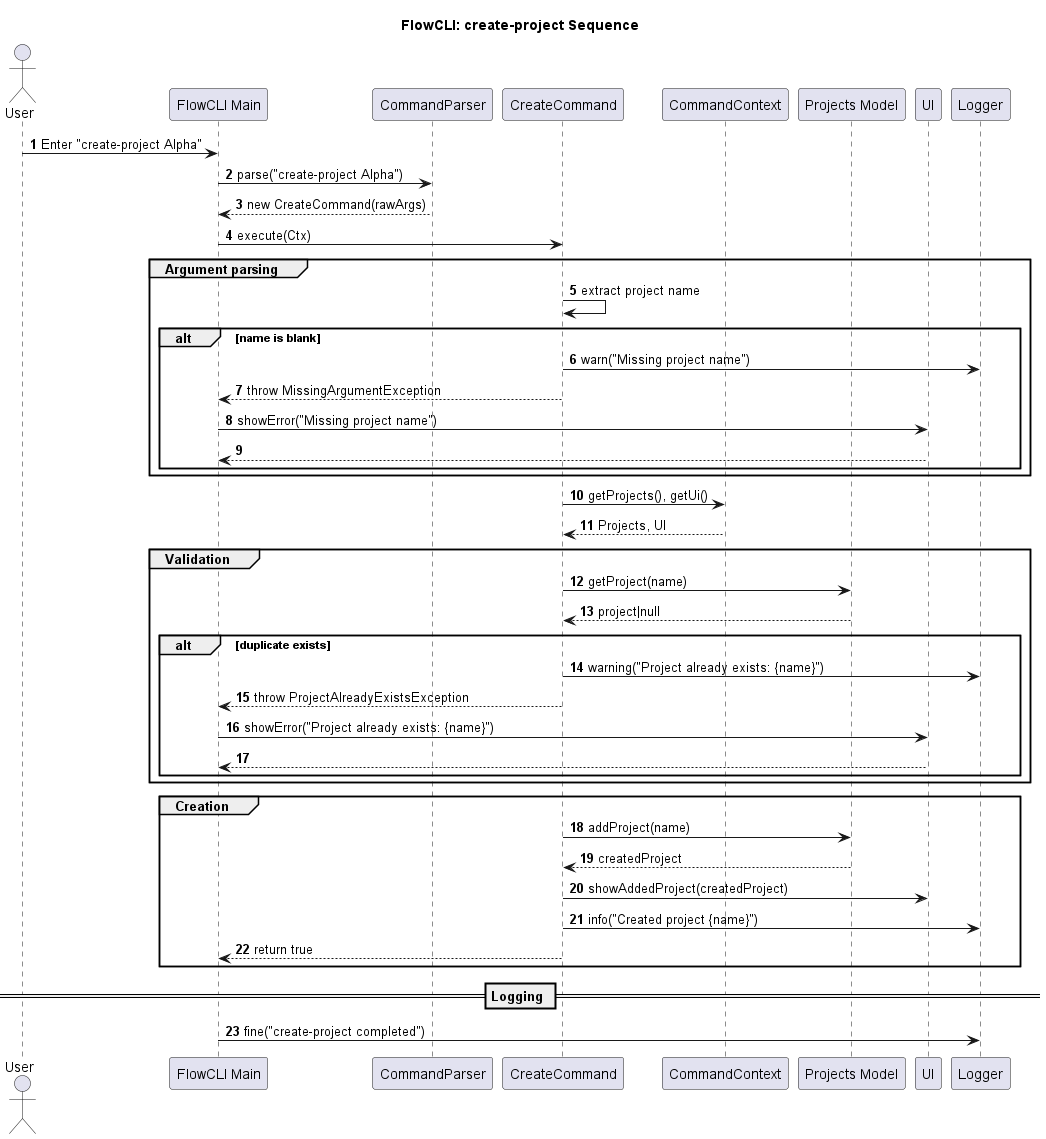
This is docs/plantUML/project-management/CreateCommandDiagram.png from sean6369/tp, a PlantUML export, as it was before one commit.
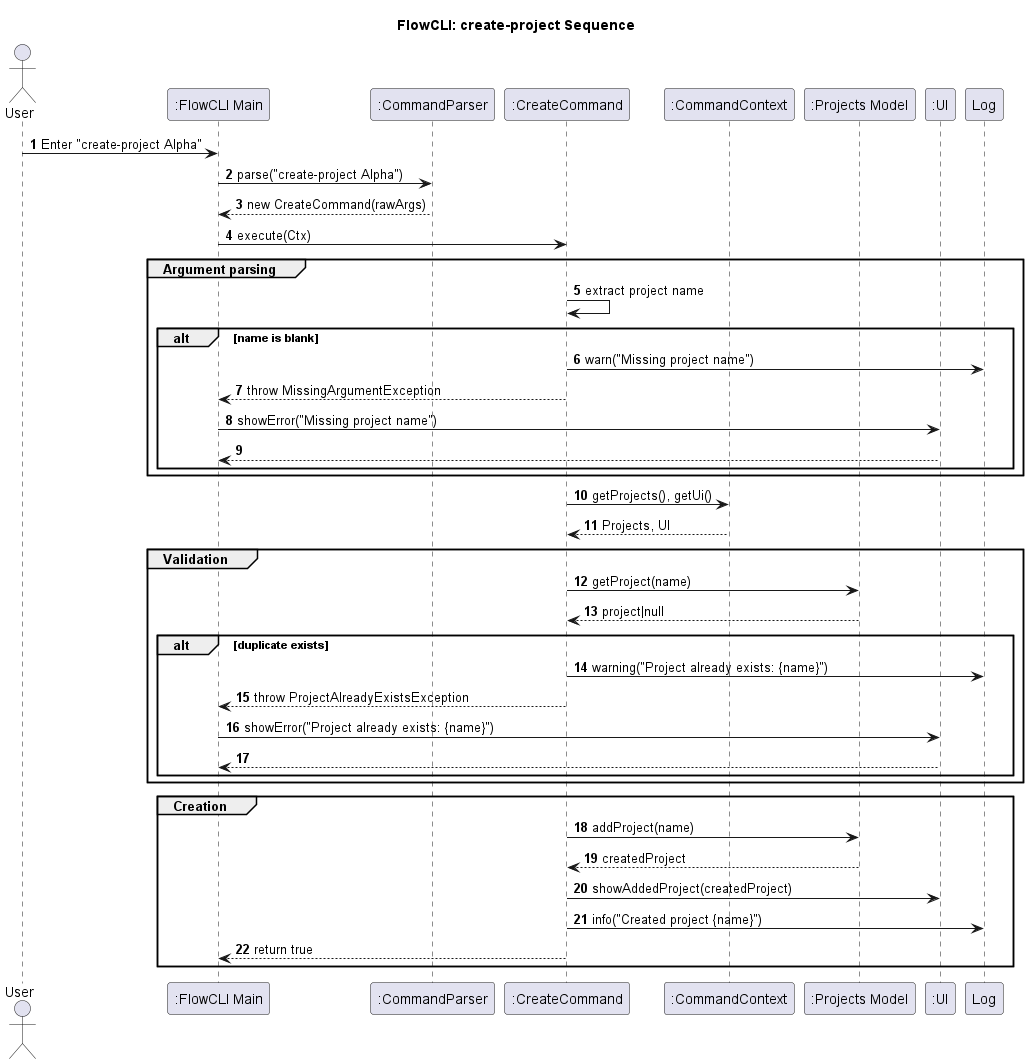
The same diagram one commit later.

Commit message:
fixing the UML diagrams post PED

Change to the diagram source:
```diff
@@ -3,13 +3,12 @@
 autonumber
 
 actor User
-participant "FlowCLI Main" as CLI
-participant "CommandParser" as Parser
-participant "CreateCommand" as CreateCmd
-participant "CommandContext" as Ctx
-participant "Projects Model" as Projects
-participant "UI" as UI
-participant "Logger" as Log
+participant ":FlowCLI Main" as CLI
+participant ":CommandParser" as Parser
+participant ":CreateCommand" as CreateCmd
+participant ":CommandContext" as Ctx
+participant ":Projects Model" as Projects
+participant ":UI" as UI
 
 
 User -> CLI: Enter "create-project Alpha"
@@ -50,7 +49,4 @@
   CreateCmd --> CLI: return true
 end
 
-== Logging ==
-CLI -> Log: fine("create-project completed")
-
 @enduml
```
